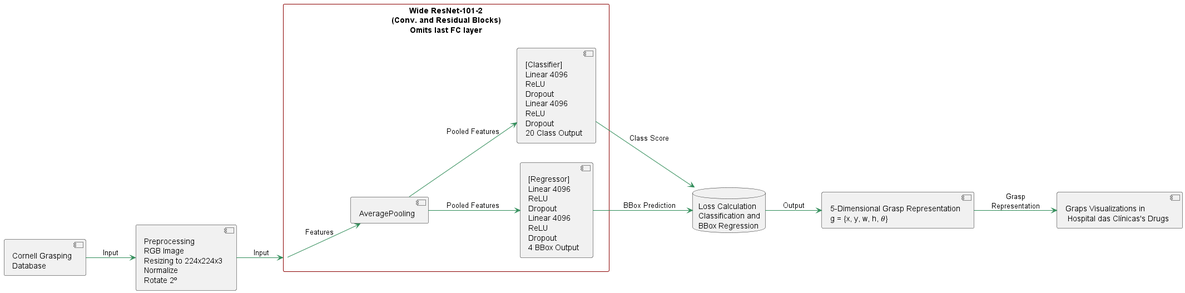
This is out/arquitetura/arquitetura.png from KarolineCostadaSilva/robotic-grasping-detection-for-autonomous-robot, a PlantUML export, as it was before one commit. Source of this version:
```plantuml
@startuml
hide stereotype
skinparam componentStyle uml2
left to right direction
skinparam class {
    BackgroundColor PaleGreen
    ArrowColor SeaGreen
    BorderColor SpringGreen
}

skinparam rectangle {
    BackgroundColor White
    ArrowColor Orange
    BorderColor DarkRed
}

component "Cornell Grasping\nDatabase" as Database

component "Preprocessing\nRGB Image\nResizing to 224x224x3\nNormalize\nRotate 2º" as Preprocessing

rectangle "Wide ResNet-101-2\n(Conv. and Residual Blocks)\nOmits last FC layer" as WideResNet101_2 {
    component "AveragePooling" as AvgPooling
    component "[Classifier]\nLinear 4096\nReLU\nDropout\nLinear 4096\nReLU\nDropout\n20 Class Output" as Classifier
    component "[Regressor]\nLinear 4096\nReLU\nDropout\nLinear 4096\nReLU\nDropout\n4 BBox Output" as Regressor
}

component "5-Dimensional Grasp Representation\ng = {x, y, w, h, 𝜃}" as GraspRep

component "Graps Visualizations in\n Hospital das Clínicas's Drugs" as Visualizations
Database --> Preprocessing : "Input"
Preprocessing --> WideResNet101_2 : "Input"
WideResNet101_2 --> AvgPooling : "Features"
AvgPooling --> Classifier : "Pooled Features"
AvgPooling --> Regressor : "Pooled Features"

database "Loss Calculation\nClassification and\nBBox Regression" as LossCalc
Classifier --> LossCalc : "Class Score"
Regressor --> LossCalc : "BBox Prediction"

LossCalc -[hidden]-> WideResNet101_2 : "Backpropagation"

LossCalc --> GraspRep : "Output"

GraspRep --> Visualizations : "Grasp\nRepresentation"

@enduml
```
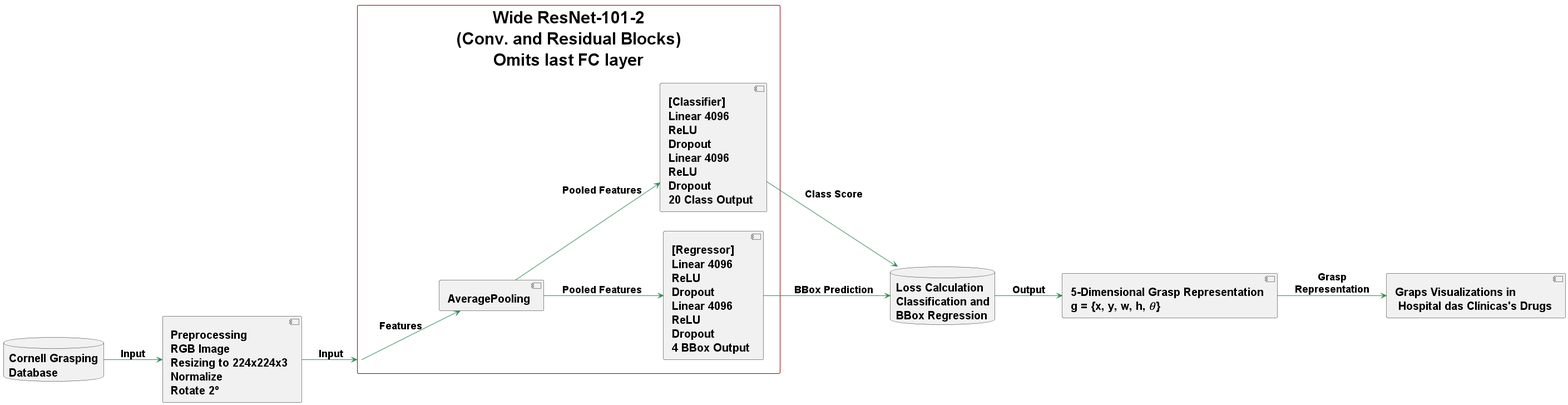
Above is the later version.

Change to the diagram source:
```diff
@@ -1,6 +1,22 @@
 @startuml
-hide stereotype
 skinparam componentStyle uml2
+skinparam component {
+    FontSize 20
+    FontStyle bold
+}
+skinparam rectangle {
+    FontSize 30
+    FontStyle bold
+}
+skinparam database {
+    FontSize 20
+    FontStyle bold
+}
+skinparam arrow {
+    FontSize 18
+    FontStyle bold
+}
+
 left to right direction
 skinparam class {
     BackgroundColor PaleGreen
@@ -14,7 +30,7 @@
     BorderColor DarkRed
 }
 
-component "Cornell Grasping\nDatabase" as Database
+database "Cornell Grasping\nDatabase" as Database
 
 component "Preprocessing\nRGB Image\nResizing to 224x224x3\nNormalize\nRotate 2º" as Preprocessing
 
```
